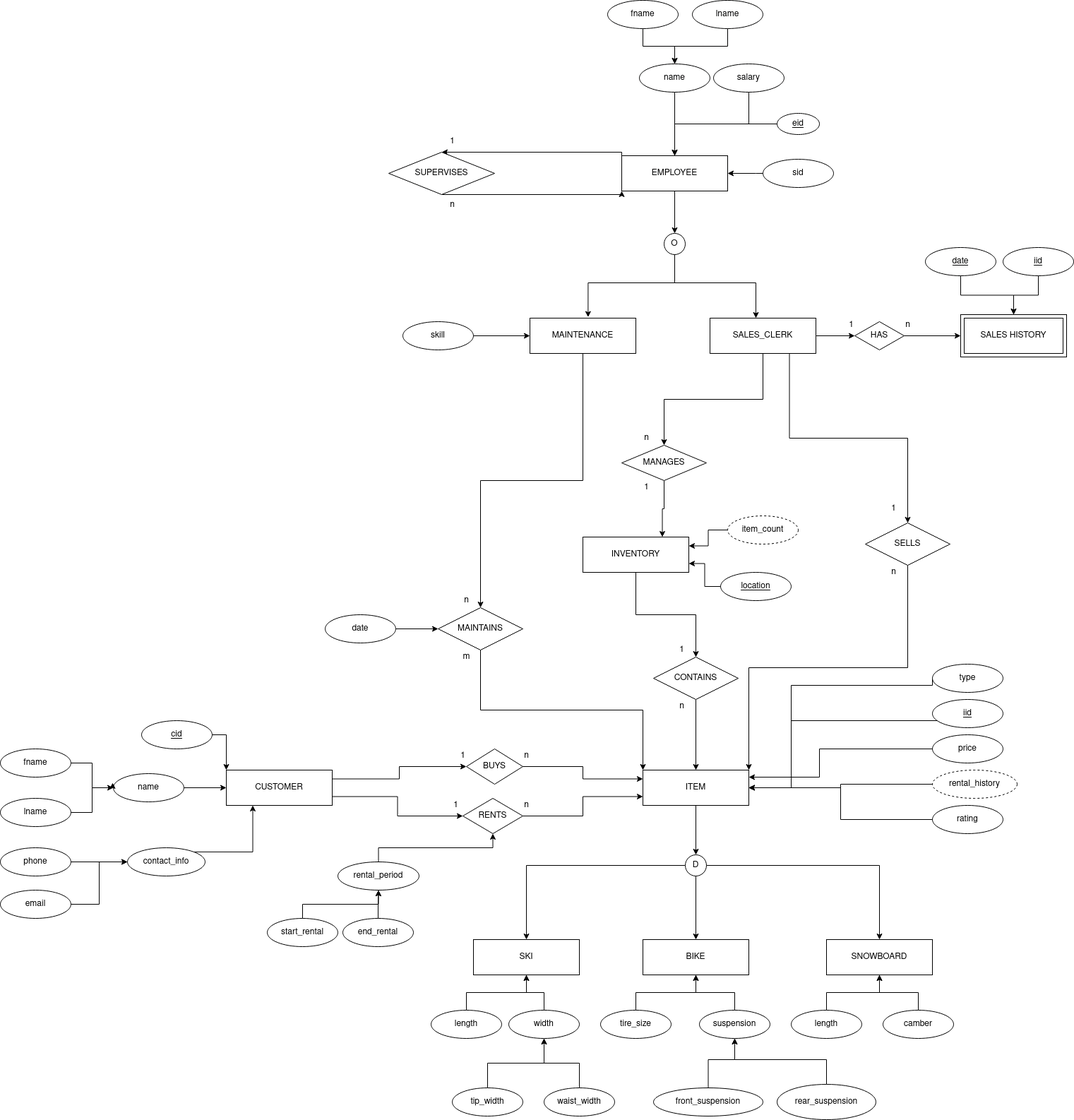
Above: BikeShop.png in ajh416/BikeShop (draw.io), before the change. Source tidied: cells renumbered, new cells last; positions are measured from the earlier drawing's top-left corner, leaving out a move shared by most shapes.
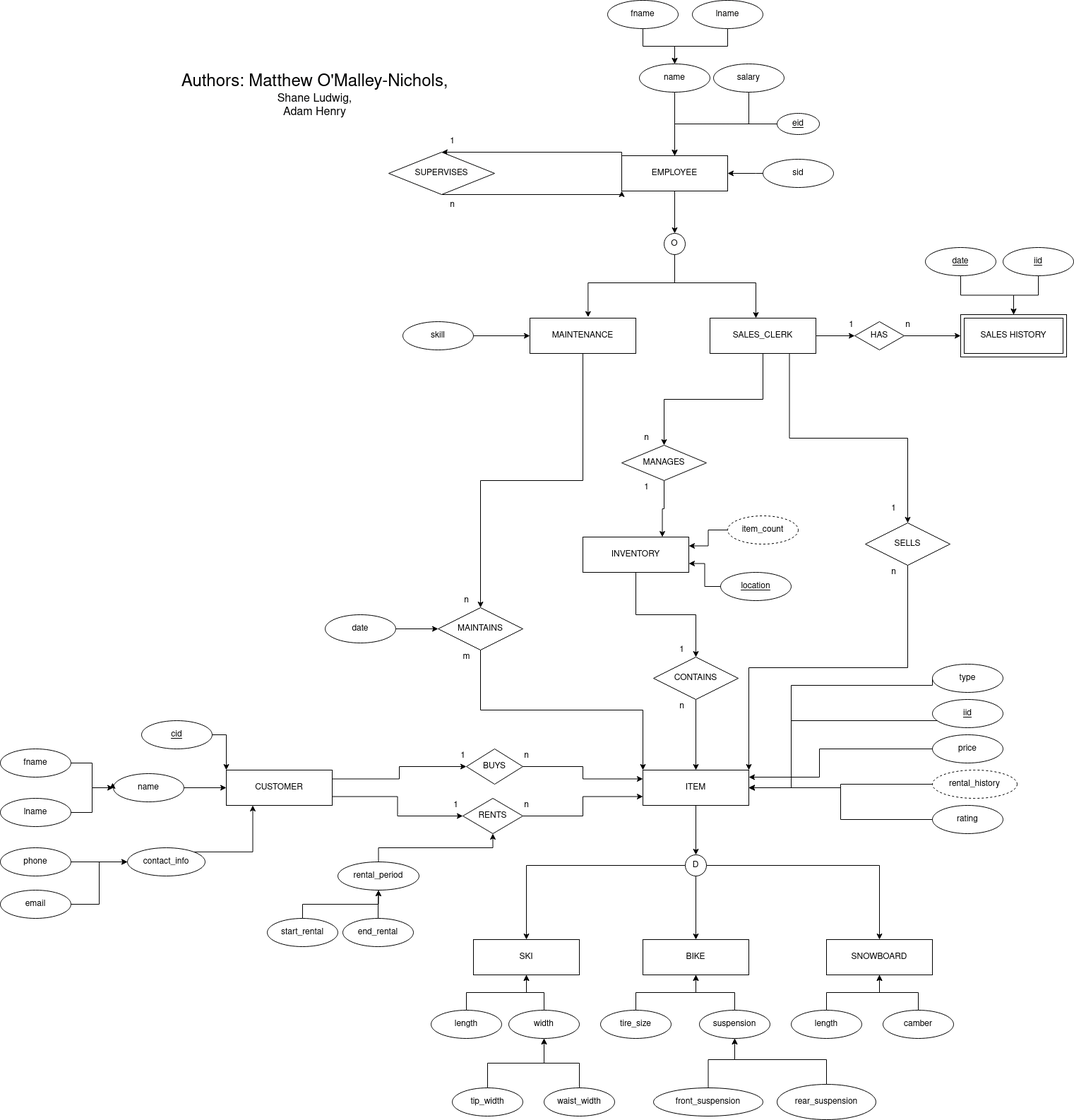
The same diagram one commit later.

Change to the diagram source:
```diff
@@ -471,5 +471,8 @@
     <mxCell id="134" value="item_count" style="ellipse;whiteSpace=wrap;html=1;align=center;dashed=1;" parent="1" vertex="1">
       <mxGeometry x="1030" y="730" width="100" height="40" as="geometry" />
     </mxCell>
+    <mxCell id="135" value="&lt;div&gt;&lt;font style=&quot;font-size: 24px;&quot;&gt;Authors: Matthew O'Malley-Nichols,&lt;/font&gt;&lt;/div&gt;&lt;div&gt;&lt;font size=&quot;3&quot;&gt;Shane Ludwig,&lt;/font&gt;&lt;/div&gt;&lt;div&gt;&lt;font size=&quot;3&quot;&gt;Adam Henry&lt;br&gt;&lt;/font&gt;&lt;/div&gt;" style="text;html=1;align=center;verticalAlign=middle;strokeColor=none;fillColor=none;" parent="1" vertex="1">
+      <mxGeometry x="150" y="80" width="590" height="110" as="geometry" />
+    </mxCell>
   </root>
 </mxGraphModel>
```
